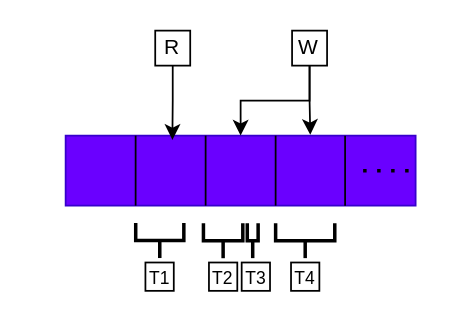
The draw.io diagram Form Workshop/images/sb8.drawio in AnaIPereira/Presentations, before the edit. Source tidied: cells renumbered, new cells numbered last; positions are measured from the earlier drawing's top-left corner, leaving out a move shared by most shapes. Both pictures are drawn from the tidied source at 175%, with x=0, y=0 at pixel (65, 30).
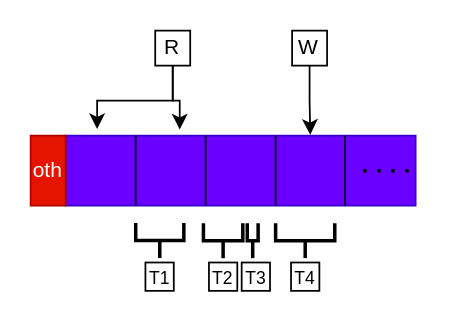
Above is the later version.

The change refers to these unchanged cells:
```xml
<mxCell id="2" style="rounded=0;whiteSpace=wrap;html=1;fillColor=light-dark(#6A00FF,#7F00FF);strokeColor=#3700CC;fontColor=#ffffff;" parent="1" vertex="1">
  <mxGeometry y="60" width="200" height="40" as="geometry" />
</mxCell>
<mxCell id="9" value="W" style="rounded=0;whiteSpace=wrap;html=1;" parent="1" vertex="1">
  <mxGeometry x="129.4" width="20" height="20" as="geometry" />
</mxCell>
<mxCell id="10" value="R" style="rounded=0;whiteSpace=wrap;html=1;" parent="1" vertex="1">
  <mxGeometry x="51.2" width="20" height="20" as="geometry" />
</mxCell>
```

Diff of the diagram source:
```diff
@@
-    <mxCell id="8" style="edgeStyle=orthogonalEdgeStyle;rounded=0;jettySize=auto;html=1;entryX=0.5;entryY=0;entryDx=0;entryDy=0;" parent="1" edge="1" source="9" target="2">
-      <mxGeometry relative="1" as="geometry" />
-    </mxCell>
@@
-    <mxCell id="17" style="edgeStyle=orthogonalEdgeStyle;rounded=0;jettySize=auto;html=1;entryX=0.305;entryY=0.061;entryDx=0;entryDy=0;entryPerimeter=0;" parent="1" edge="1" source="10" target="2">
-      <mxGeometry relative="1" as="geometry" />
-    </mxCell>
@@
+    <mxCell id="21" style="edgeStyle=orthogonalEdgeStyle;rounded=0;jettySize=auto;html=1;entryX=0.09;entryY=-0.093;entryDx=0;entryDy=0;entryPerimeter=0;" parent="1" edge="1" source="10" target="2">
+      <mxGeometry relative="1" as="geometry" />
+    </mxCell>
+    <mxCell id="22" value="oth" style="rounded=0;whiteSpace=wrap;html=1;fillColor=#e51400;fontColor=#ffffff;strokeColor=#B20000;" parent="1" vertex="1">
+      <mxGeometry x="-20" y="60" width="20" height="40" as="geometry" />
+    </mxCell>
+    <mxCell id="23" style="edgeStyle=orthogonalEdgeStyle;rounded=0;jettySize=auto;html=1;entryX=0.326;entryY=-0.086;entryDx=0;entryDy=0;entryPerimeter=0;" parent="1" edge="1" source="10" target="2">
+      <mxGeometry relative="1" as="geometry" />
+    </mxCell>
```
